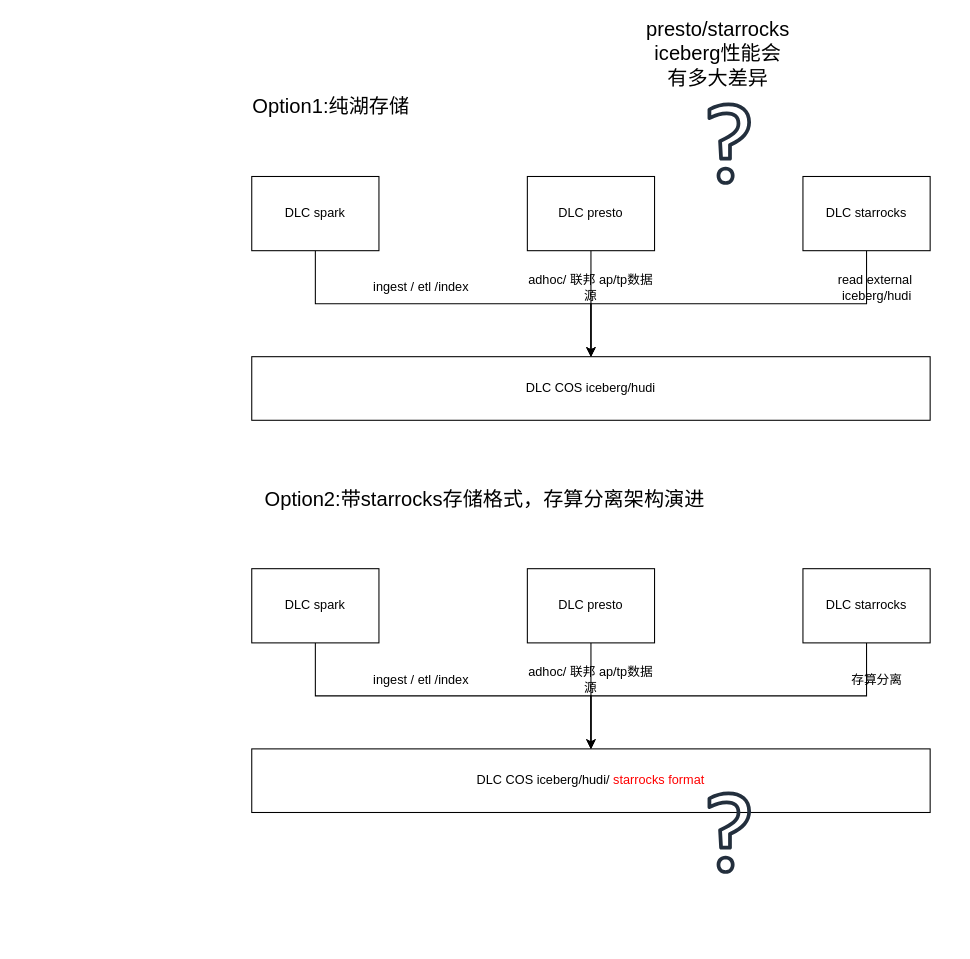
Before: DLC+starrocks.drawio in yuhuali1989/ui, a draw.io diagram. Source tidied: cells renumbered, new cells numbered last; positions are measured from the earlier drawing's top-left corner, leaving out a move shared by most shapes. Both pictures are drawn from the tidied source at 106%, with x=0, y=0 at pixel (241, 38).
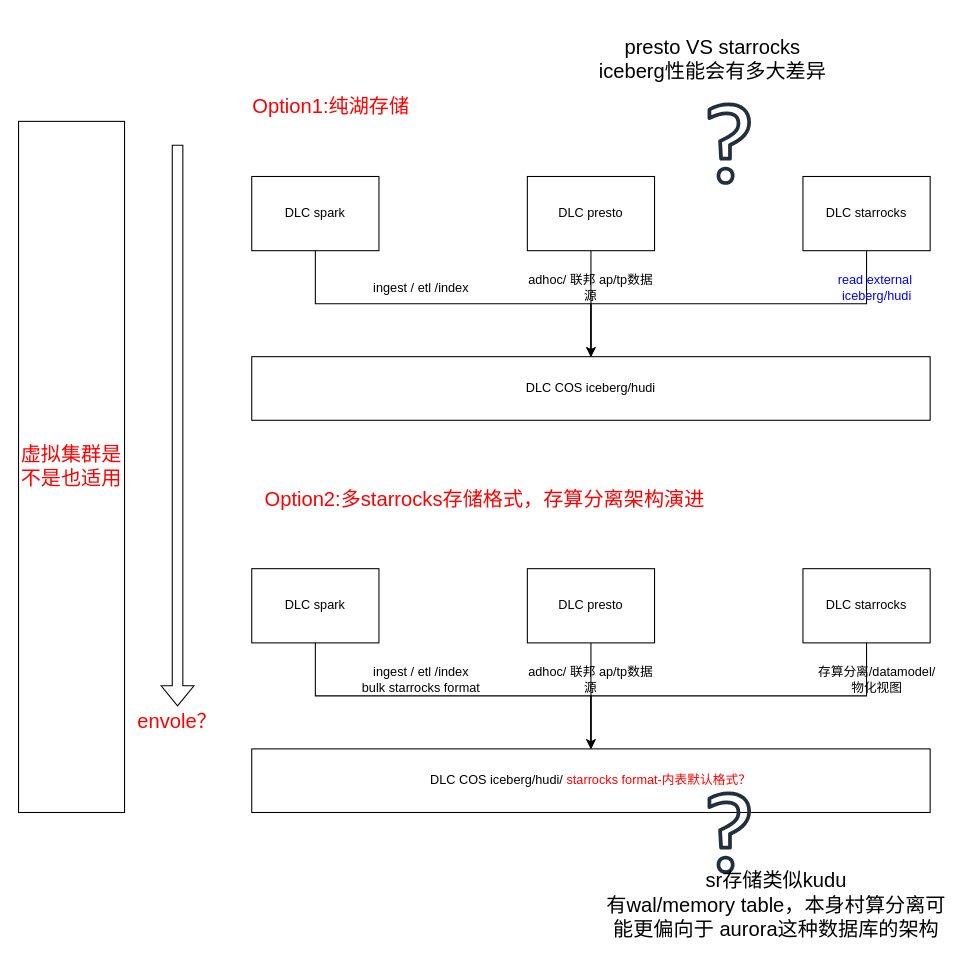
After the change.

Diff of the diagram source:
```diff
@@
-    <mxCell id="2" value="Option1:纯湖存储" style="text;html=1;strokeColor=none;fillColor=none;align=center;verticalAlign=middle;whiteSpace=wrap;rounded=0;fontSize=19;" parent="1" vertex="1">
+    <mxCell id="2" value="Option1:纯湖存储" style="text;html=1;strokeColor=none;fillColor=none;align=center;verticalAlign=middle;whiteSpace=wrap;rounded=0;fontSize=19;fontColor=#FF0000;" parent="1" vertex="1">
       <mxGeometry y="50" width="170" height="30" as="geometry" />
     </mxCell>
@@
-    <mxCell id="12" value="read external&amp;nbsp; iceberg/hudi" style="text;html=1;strokeColor=none;fillColor=none;align=center;verticalAlign=middle;whiteSpace=wrap;rounded=0;" parent="1" vertex="1">
+    <mxCell id="12" value="&lt;font color=&quot;#0000ff&quot;&gt;read external&amp;nbsp; iceberg/hudi&lt;/font&gt;" style="text;html=1;strokeColor=none;fillColor=none;align=center;verticalAlign=middle;whiteSpace=wrap;rounded=0;" parent="1" vertex="1">
       <mxGeometry x="540" y="220" width="120" height="30" as="geometry" />
     </mxCell>
@@
-    <mxCell id="14" value="presto/starrocks iceberg性能会有多大差异" style="text;html=1;strokeColor=none;fillColor=none;align=center;verticalAlign=middle;whiteSpace=wrap;rounded=0;fontSize=19;" parent="1" vertex="1">
-      <mxGeometry x="420" width="60" height="30" as="geometry" />
+    <mxCell id="14" value="presto VS starrocks &lt;br&gt;iceberg性能会有多大差异" style="text;html=1;strokeColor=none;fillColor=none;align=center;verticalAlign=middle;whiteSpace=wrap;rounded=0;fontSize=19;" parent="1" vertex="1">
+      <mxGeometry x="280" y="-10" width="330" height="60" as="geometry" />
     </mxCell>
-    <mxCell id="15" value="Option2:带starrocks存储格式，存算分离架构演进" style="text;html=1;strokeColor=none;fillColor=none;align=center;verticalAlign=middle;whiteSpace=wrap;rounded=0;fontSize=19;" parent="1" vertex="1">
+    <mxCell id="15" value="Option2:多starrocks存储格式，存算分离架构演进" style="text;html=1;strokeColor=none;fillColor=none;align=center;verticalAlign=middle;whiteSpace=wrap;rounded=0;fontSize=19;fontColor=#FF0000;" parent="1" vertex="1">
       <mxGeometry x="10" y="420" width="440" height="30" as="geometry" />
     </mxCell>
@@
-    <mxCell id="18" value="DLC COS iceberg/hudi/ &lt;font color=&quot;#ff0000&quot;&gt;starrocks format&lt;/font&gt;" style="rounded=0;whiteSpace=wrap;html=1;" parent="1" vertex="1">
+    <mxCell id="18" value="DLC COS iceberg/hudi/ &lt;font color=&quot;#ff0000&quot;&gt;starrocks format-内表默认格式？&lt;/font&gt;" style="rounded=0;whiteSpace=wrap;html=1;" parent="1" vertex="1">
       <mxGeometry x="10" y="670" width="640" height="60" as="geometry" />
     </mxCell>
-    <mxCell id="19" value="ingest / etl /index" style="text;html=1;strokeColor=none;fillColor=none;align=center;verticalAlign=middle;whiteSpace=wrap;rounded=0;" parent="1" vertex="1">
+    <mxCell id="19" value="ingest / etl /index&lt;br&gt;bulk starrocks format" style="text;html=1;strokeColor=none;fillColor=none;align=center;verticalAlign=middle;whiteSpace=wrap;rounded=0;" parent="1" vertex="1">
       <mxGeometry x="110" y="590" width="120" height="30" as="geometry" />
     </mxCell>
@@
-    <mxCell id="25" value="存算分离" style="text;html=1;strokeColor=none;fillColor=none;align=center;verticalAlign=middle;whiteSpace=wrap;rounded=0;" parent="1" vertex="1">
+    <mxCell id="25" value="存算分离/datamodel/ 物化视图" style="text;html=1;strokeColor=none;fillColor=none;align=center;verticalAlign=middle;whiteSpace=wrap;rounded=0;" parent="1" vertex="1">
       <mxGeometry x="540" y="590" width="120" height="30" as="geometry" />
     </mxCell>
@@
+    <mxCell id="27" style="shape=flexArrow;endArrow=classic;html=1;rounded=0;fontSize=19;fontColor=#FF0000;" parent="1" edge="1" target="28">
+      <mxGeometry relative="1" as="geometry">
+        <mxPoint x="-60" y="100" as="sourcePoint" />
+      </mxGeometry>
+    </mxCell>
+    <mxCell id="28" value="envole？" style="text;html=1;strokeColor=none;fillColor=none;align=center;verticalAlign=middle;whiteSpace=wrap;rounded=0;fontSize=19;fontColor=#FF0000;" parent="1" vertex="1">
+      <mxGeometry x="-90" y="630" width="60" height="30" as="geometry" />
+    </mxCell>
+    <mxCell id="29" value="虚拟集群是不是也适用" style="rounded=0;whiteSpace=wrap;html=1;fontSize=19;fontColor=#FF0000;" parent="1" vertex="1">
+      <mxGeometry x="-210" y="78" width="100" height="652" as="geometry" />
+    </mxCell>
+    <mxCell id="30" value="sr存储类似kudu&lt;br&gt;有wal/memory table，本身村算分离可能更偏向于 aurora这种数据库的架构" style="text;html=1;strokeColor=none;fillColor=none;align=center;verticalAlign=middle;whiteSpace=wrap;rounded=0;fontSize=19;" parent="1" vertex="1">
+      <mxGeometry x="340" y="788" width="330" height="60" as="geometry" />
+    </mxCell>
```
